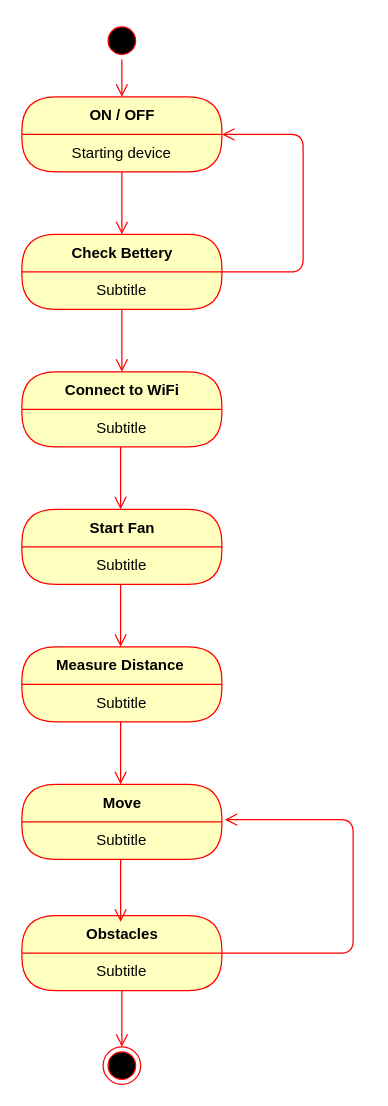
Above: Diagrams/UML/state_main.drawio in kkchaudhary11/SmarCleaning (draw.io), before the change. Source tidied: cells renumbered, new cells numbered last; positions are measured from the earlier drawing's top-left corner, leaving out a move shared by most shapes. Both pictures are drawn from the tidied source at 125%, with x=0, y=0 at pixel (21, 21).
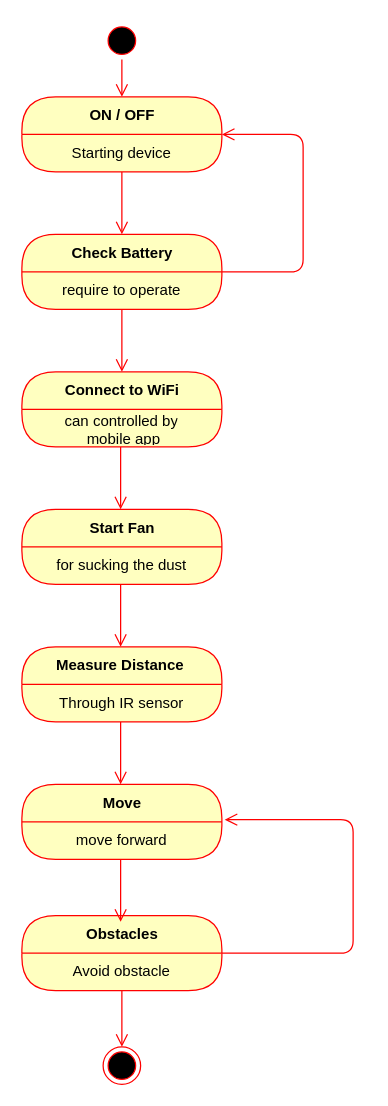
The same page after the edit.

Unchanged cells that the change refers to:
```xml
<mxCell id="11" value="Measure Distance&amp;nbsp;" style="swimlane;html=1;fontStyle=1;align=center;verticalAlign=middle;horizontal=1;startSize=30;fontColor=#000000;rounded=1;arcSize=30;strokeColor=#ff0000;fillColor=#ffffc0;swimlaneFillColor=#ffffc0;" parent="1" vertex="1">
  <mxGeometry y="500" width="160" height="60" as="geometry" />
</mxCell>
<mxCell id="13" value="Connect to WiFi" style="swimlane;html=1;fontStyle=1;align=center;verticalAlign=middle;horizontal=1;startSize=30;fontColor=#000000;rounded=1;arcSize=30;strokeColor=#ff0000;fillColor=#ffffc0;swimlaneFillColor=#ffffc0;" parent="1" vertex="1">
  <mxGeometry y="280" width="160" height="60" as="geometry" />
</mxCell>
<mxCell id="15" value="Start Fan" style="swimlane;html=1;fontStyle=1;align=center;verticalAlign=middle;horizontal=1;startSize=30;fontColor=#000000;rounded=1;arcSize=30;strokeColor=#ff0000;fillColor=#ffffc0;swimlaneFillColor=#ffffc0;" parent="1" vertex="1">
  <mxGeometry y="390" width="160" height="60" as="geometry" />
</mxCell>
<mxCell id="17" value="Move" style="swimlane;html=1;fontStyle=1;align=center;verticalAlign=middle;horizontal=1;startSize=30;fontColor=#000000;rounded=1;arcSize=30;strokeColor=#ff0000;fillColor=#ffffc0;swimlaneFillColor=#ffffc0;" parent="1" vertex="1">
  <mxGeometry y="610" width="160" height="60" as="geometry" />
</mxCell>
<mxCell id="24" value="Obstacles" style="swimlane;html=1;fontStyle=1;align=center;verticalAlign=middle;horizontal=1;startSize=30;fontColor=#000000;rounded=1;arcSize=30;strokeColor=#ff0000;fillColor=#ffffc0;swimlaneFillColor=#ffffc0;" parent="1" vertex="1">
  <mxGeometry y="715" width="160" height="60" as="geometry" />
</mxCell>
```

Change to the diagram source:
```diff
@@
-    <mxCell id="7" value="Check Bettery" style="swimlane;html=1;fontStyle=1;align=center;verticalAlign=middle;horizontal=1;startSize=30;fontColor=#000000;rounded=1;arcSize=30;strokeColor=#ff0000;fillColor=#ffffc0;swimlaneFillColor=#ffffc0;" parent="1" vertex="1">
+    <mxCell id="7" value="Check Battery" style="swimlane;html=1;fontStyle=1;align=center;verticalAlign=middle;horizontal=1;startSize=30;fontColor=#000000;rounded=1;arcSize=30;strokeColor=#ff0000;fillColor=#ffffc0;swimlaneFillColor=#ffffc0;" parent="1" vertex="1">
       <mxGeometry y="170" width="160" height="60" as="geometry" />
     </mxCell>
-    <mxCell id="8" value="Subtitle" style="text;html=1;strokeColor=none;fillColor=none;align=center;verticalAlign=middle;spacingLeft=4;spacingRight=4;whiteSpace=wrap;overflow=hidden;fontColor=#000000;" parent="7" vertex="1">
+    <mxCell id="8" value="require to operate" style="text;html=1;strokeColor=none;fillColor=none;align=center;verticalAlign=middle;spacingLeft=4;spacingRight=4;whiteSpace=wrap;overflow=hidden;fontColor=#000000;" parent="7" vertex="1">
       <mxGeometry y="30" width="160" height="30" as="geometry" />
     </mxCell>
@@
-    <mxCell id="12" value="Subtitle" style="text;html=1;strokeColor=none;fillColor=none;align=center;verticalAlign=middle;spacingLeft=4;spacingRight=4;whiteSpace=wrap;overflow=hidden;fontColor=#000000;" parent="11" vertex="1">
+    <mxCell id="12" value="Through IR sensor" style="text;html=1;strokeColor=none;fillColor=none;align=center;verticalAlign=middle;spacingLeft=4;spacingRight=4;whiteSpace=wrap;overflow=hidden;fontColor=#000000;" parent="11" vertex="1">
       <mxGeometry y="30" width="160" height="30" as="geometry" />
     </mxCell>
@@
-    <mxCell id="14" value="Subtitle" style="text;html=1;strokeColor=none;fillColor=none;align=center;verticalAlign=middle;spacingLeft=4;spacingRight=4;whiteSpace=wrap;overflow=hidden;fontColor=#000000;" parent="13" vertex="1">
+    <mxCell id="14" value="can controlled by&lt;br&gt;&amp;nbsp;mobile app" style="text;html=1;strokeColor=none;fillColor=none;align=center;verticalAlign=middle;spacingLeft=4;spacingRight=4;whiteSpace=wrap;overflow=hidden;fontColor=#000000;" parent="13" vertex="1">
       <mxGeometry y="30" width="160" height="30" as="geometry" />
     </mxCell>
@@
-    <mxCell id="16" value="Subtitle" style="text;html=1;strokeColor=none;fillColor=none;align=center;verticalAlign=middle;spacingLeft=4;spacingRight=4;whiteSpace=wrap;overflow=hidden;fontColor=#000000;" parent="15" vertex="1">
+    <mxCell id="16" value="for sucking the dust" style="text;html=1;strokeColor=none;fillColor=none;align=center;verticalAlign=middle;spacingLeft=4;spacingRight=4;whiteSpace=wrap;overflow=hidden;fontColor=#000000;" parent="15" vertex="1">
       <mxGeometry y="30" width="160" height="30" as="geometry" />
     </mxCell>
@@
-    <mxCell id="18" value="Subtitle" style="text;html=1;strokeColor=none;fillColor=none;align=center;verticalAlign=middle;spacingLeft=4;spacingRight=4;whiteSpace=wrap;overflow=hidden;fontColor=#000000;" parent="17" vertex="1">
+    <mxCell id="18" value="move forward" style="text;html=1;strokeColor=none;fillColor=none;align=center;verticalAlign=middle;spacingLeft=4;spacingRight=4;whiteSpace=wrap;overflow=hidden;fontColor=#000000;" parent="17" vertex="1">
       <mxGeometry y="30" width="160" height="30" as="geometry" />
     </mxCell>
@@
-    <mxCell id="25" value="Subtitle" style="text;html=1;strokeColor=none;fillColor=none;align=center;verticalAlign=middle;spacingLeft=4;spacingRight=4;whiteSpace=wrap;overflow=hidden;fontColor=#000000;" parent="24" vertex="1">
+    <mxCell id="25" value="Avoid obstacle" style="text;html=1;strokeColor=none;fillColor=none;align=center;verticalAlign=middle;spacingLeft=4;spacingRight=4;whiteSpace=wrap;overflow=hidden;fontColor=#000000;" parent="24" vertex="1">
       <mxGeometry y="30" width="160" height="30" as="geometry" />
     </mxCell>
```
